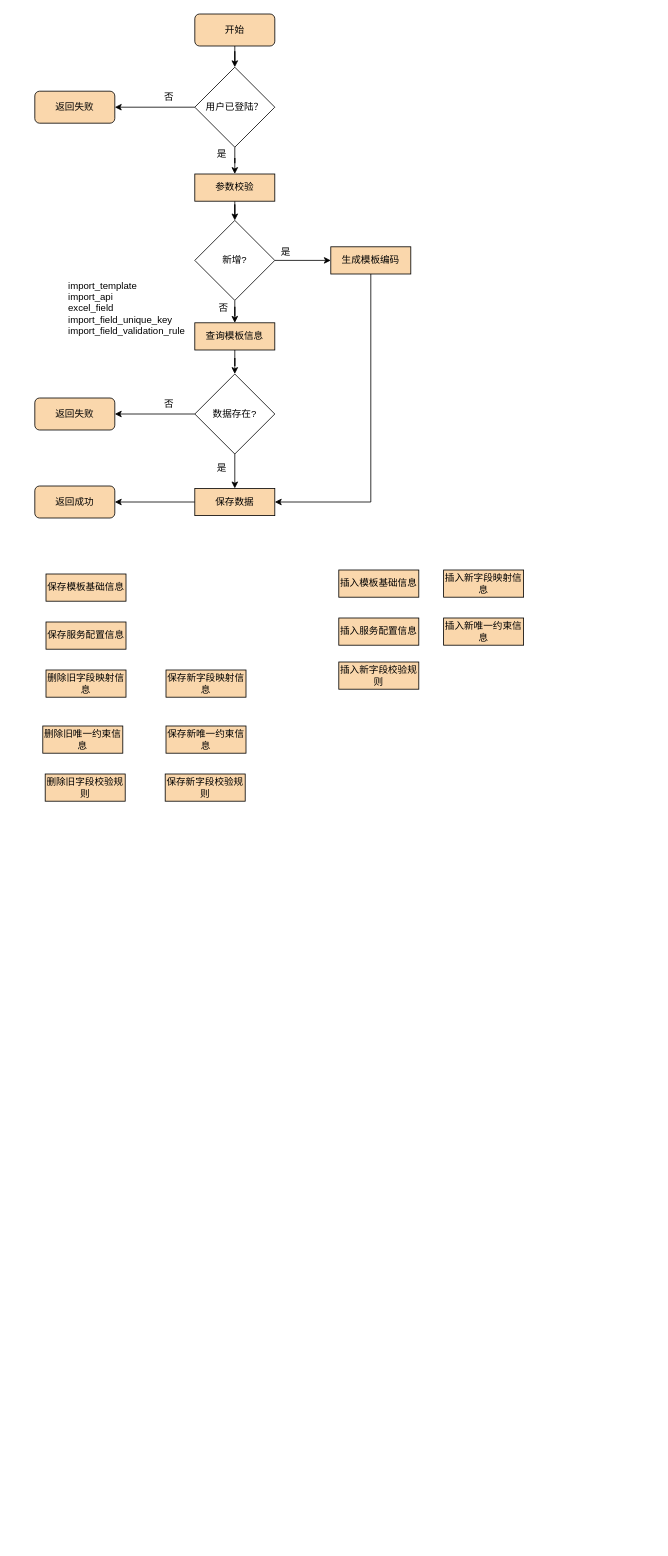
This is page "导入模板配置处理流程" (2 of 3) of 通用导入导出平台.drawio from vvhard/draw_io, a draw.io file, before an edit. Source tidied: cells renumbered, new cells numbered last; positions are measured from the earlier drawing's top-left corner, leaving out a move shared by most shapes. Both pictures are drawn from the tidied source at 80%, with x=0, y=0 at pixel (34, 14).
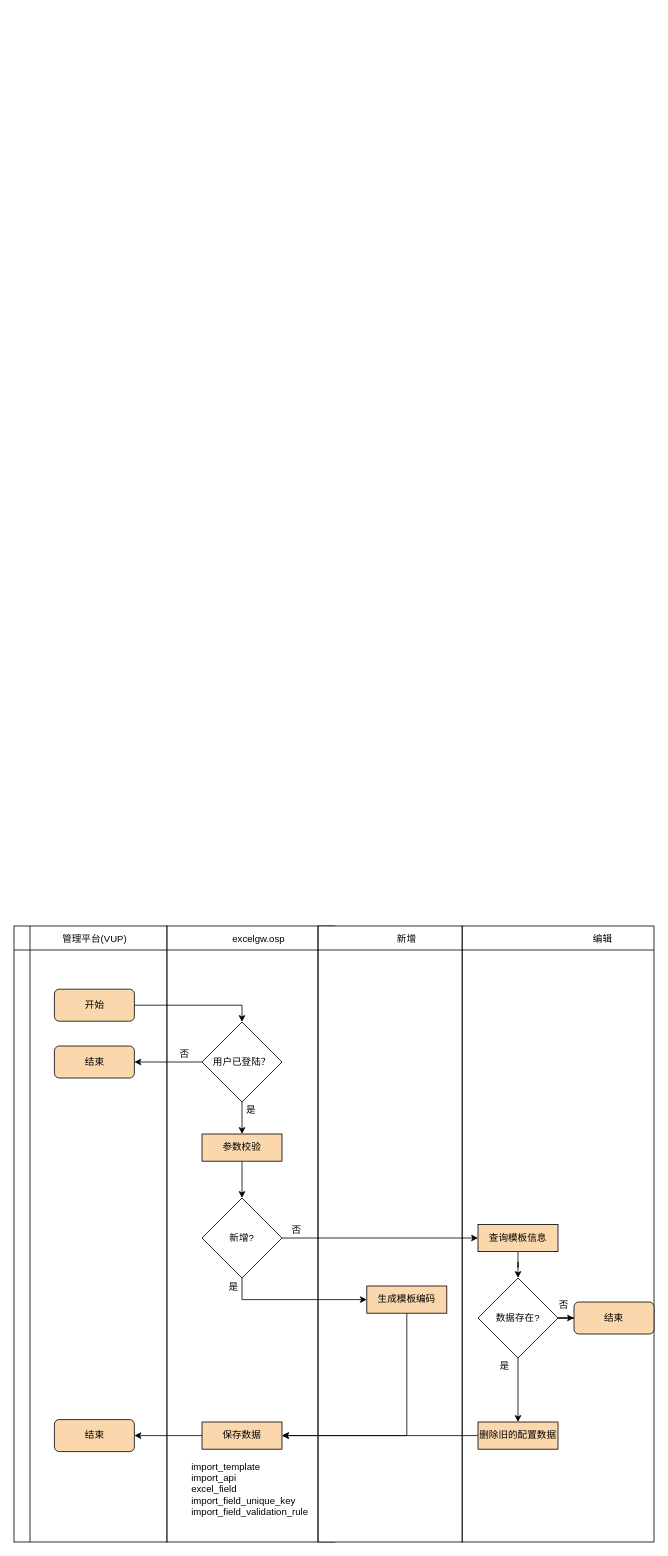
The same diagram, later.

Commit message:
更新通用导入导出平台.drawio

What changed in the source:
```diff
@@
+    <mxCell id="44" style="shape=internalStorage;whiteSpace=wrap;html=1;backgroundOutline=1;dx=0;dy=30;" parent="1" vertex="1">
+      <mxGeometry x="165" y="1140" width="210" height="770" as="geometry" />
+    </mxCell>
+    <mxCell id="45" style="shape=internalStorage;whiteSpace=wrap;html=1;backgroundOutline=1;dx=0;dy=30;" parent="1" vertex="1">
+      <mxGeometry x="534" y="1140" width="240" height="770" as="geometry" />
+    </mxCell>
+    <mxCell id="46" style="shape=internalStorage;whiteSpace=wrap;html=1;backgroundOutline=1;dx=0;dy=30;" parent="1" vertex="1">
+      <mxGeometry x="354" y="1140" width="180" height="770" as="geometry" />
+    </mxCell>
+    <mxCell id="47" style="shape=internalStorage;whiteSpace=wrap;html=1;backgroundOutline=1;dx=20;dy=30;" parent="1" vertex="1">
+      <mxGeometry x="-26" y="1140" width="191" height="770" as="geometry" />
+    </mxCell>
+    <mxCell id="48" style="edgeStyle=orthogonalEdgeStyle;rounded=0;jettySize=auto;html=1;entryX=1;entryY=0.5;entryDx=0;entryDy=0;" parent="1" edge="1" source="4" target="53">
+      <mxGeometry relative="1" as="geometry" />
+    </mxCell>
-    <mxCell id="2" style="edgeStyle=orthogonalEdgeStyle;rounded=0;jettySize=auto;html=1;entryX=0.5;entryY=0;entryDx=0;entryDy=0;" parent="1" edge="1" source="4" target="27">
+    <mxCell id="2" style="edgeStyle=orthogonalEdgeStyle;rounded=0;jettySize=auto;html=1;" parent="1" edge="1" source="4" target="27">
       <mxGeometry relative="1" as="geometry" />
     </mxCell>
-    <mxCell id="3" style="edgeStyle=orthogonalEdgeStyle;rounded=0;jettySize=auto;html=1;entryX=1;entryY=0.5;entryDx=0;entryDy=0;" parent="1" edge="1" source="4" target="18">
-      <mxGeometry relative="1" as="geometry" />
-    </mxCell>
     <mxCell id="4" value="用户已登陆？" style="rhombus;whiteSpace=wrap;html=1;" parent="1" vertex="1">
-      <mxGeometry x="200" y="66.5" width="100" height="100" as="geometry" />
+      <mxGeometry x="209" y="1260" width="100" height="100" as="geometry" />
     </mxCell>
-    <mxCell id="5" style="edgeStyle=orthogonalEdgeStyle;rounded=0;jettySize=auto;html=1;entryX=1;entryY=0.5;entryDx=0;entryDy=0;exitX=0.5;exitY=1;exitDx=0;exitDy=0;" parent="1" edge="1" source="6" target="25">
-      <mxGeometry relative="1" as="geometry">
-        <Array as="points">
-          <mxPoint x="420" y="610" />
-        </Array>
-      </mxGeometry>
-    </mxCell>
     <mxCell id="6" value="生成模板编码" style="rounded=0;whiteSpace=wrap;html=1;fillColor=#fad7ac;strokeColor=default;" parent="1" vertex="1">
-      <mxGeometry x="370" y="291" width="100" height="34" as="geometry" />
+      <mxGeometry x="415" y="1590" width="100" height="34" as="geometry" />
     </mxCell>
-    <mxCell id="7" value="否" style="text;html=1;align=left;verticalAlign=middle;whiteSpace=wrap;rounded=0;" parent="1" vertex="1">
-      <mxGeometry x="160" y="95.5" width="20" height="16" as="geometry" />
-    </mxCell>
+    <mxCell id="11" style="edgeStyle=orthogonalEdgeStyle;rounded=0;jettySize=auto;html=1;entryX=0;entryY=0.5;entryDx=0;entryDy=0;" parent="1" edge="1" source="12" target="14">
+      <mxGeometry relative="1" as="geometry" />
+    </mxCell>
+    <mxCell id="49" style="edgeStyle=orthogonalEdgeStyle;rounded=0;jettySize=auto;html=1;entryX=0;entryY=0.5;entryDx=0;entryDy=0;exitX=0.5;exitY=1;exitDx=0;exitDy=0;" parent="1" edge="1" source="12" target="6">
+      <mxGeometry relative="1" as="geometry" />
+    </mxCell>
+    <mxCell id="12" value="新增?" style="rhombus;whiteSpace=wrap;html=1;" parent="1" vertex="1">
+      <mxGeometry x="209" y="1480" width="100" height="100" as="geometry" />
+    </mxCell>
+    <mxCell id="22" value="import_template&lt;div&gt;import_api&lt;/div&gt;&lt;div&gt;excel_field&lt;/div&gt;&lt;div&gt;import_field_unique_key&lt;br&gt;&lt;/div&gt;&lt;div&gt;import_field_validation_rule&lt;/div&gt;" style="text;html=1;align=left;verticalAlign=middle;whiteSpace=wrap;rounded=0;" parent="1" vertex="1">
+      <mxGeometry x="193.5" y="1802" width="153" height="83" as="geometry" />
+    </mxCell>
+    <mxCell id="50" style="edgeStyle=orthogonalEdgeStyle;rounded=0;jettySize=auto;html=1;entryX=1;entryY=0.5;entryDx=0;entryDy=0;" parent="1" edge="1" source="25" target="61">
+      <mxGeometry relative="1" as="geometry" />
+    </mxCell>
+    <mxCell id="25" value="保存数据" style="rounded=0;whiteSpace=wrap;html=1;fillColor=#fad7ac;strokeColor=default;" parent="1" vertex="1">
+      <mxGeometry x="209" y="1760" width="100" height="34" as="geometry" />
+    </mxCell>
+    <mxCell id="51" value="excelgw.osp" style="text;html=1;align=center;verticalAlign=middle;whiteSpace=wrap;rounded=0;" parent="1" vertex="1">
+      <mxGeometry x="235" y="1146" width="90" height="20" as="geometry" />
+    </mxCell>
+    <mxCell id="52" value="管理平台(VUP)" style="text;html=1;align=center;verticalAlign=middle;whiteSpace=wrap;rounded=0;" parent="1" vertex="1">
+      <mxGeometry x="24.5" y="1146" width="100" height="20" as="geometry" />
+    </mxCell>
@@
     <mxCell id="9" value="开始" style="rounded=1;whiteSpace=wrap;html=1;fillColor=#fad7ac;strokeColor=#000000;" parent="1" vertex="1">
-      <mxGeometry x="200" width="100" height="40" as="geometry" />
+      <mxGeometry x="24.5" y="1219" width="100" height="40" as="geometry" />
     </mxCell>
-    <mxCell id="10" style="edgeStyle=orthogonalEdgeStyle;rounded=0;jettySize=auto;html=1;" parent="1" edge="1" source="12" target="14">
-      <mxGeometry relative="1" as="geometry" />
-    </mxCell>
-    <mxCell id="11" style="edgeStyle=orthogonalEdgeStyle;rounded=0;jettySize=auto;html=1;" parent="1" edge="1" source="12" target="6">
-      <mxGeometry relative="1" as="geometry" />
-    </mxCell>
-    <mxCell id="12" value="新增?" style="rhombus;whiteSpace=wrap;html=1;" parent="1" vertex="1">
-      <mxGeometry x="200" y="258" width="100" height="100" as="geometry" />
-    </mxCell>
+    <mxCell id="53" value="结束" style="rounded=1;whiteSpace=wrap;html=1;fillColor=#fad7ac;strokeColor=#000000;" parent="1" vertex="1">
+      <mxGeometry x="24.5" y="1290" width="100" height="40" as="geometry" />
+    </mxCell>
+    <mxCell id="54" value="编辑" style="text;html=1;align=center;verticalAlign=middle;whiteSpace=wrap;rounded=0;" parent="1" vertex="1">
+      <mxGeometry x="665" y="1146" width="90" height="20" as="geometry" />
+    </mxCell>
+    <mxCell id="55" value="新增" style="text;html=1;align=center;verticalAlign=middle;whiteSpace=wrap;rounded=0;" parent="1" vertex="1">
+      <mxGeometry x="420" y="1146" width="90" height="20" as="geometry" />
+    </mxCell>
@@
     <mxCell id="14" value="查询模板信息" style="rounded=0;whiteSpace=wrap;html=1;fillColor=#fad7ac;strokeColor=default;" parent="1" vertex="1">
-      <mxGeometry x="200" y="386" width="100" height="34" as="geometry" />
+      <mxGeometry x="554" y="1513" width="100" height="34" as="geometry" />
     </mxCell>
-    <mxCell id="15" style="edgeStyle=orthogonalEdgeStyle;rounded=0;jettySize=auto;html=1;entryX=1;entryY=0.5;entryDx=0;entryDy=0;" parent="1" edge="1" source="17" target="21">
-      <mxGeometry relative="1" as="geometry" />
-    </mxCell>
-    <mxCell id="16" style="edgeStyle=orthogonalEdgeStyle;rounded=0;jettySize=auto;html=1;entryX=0.5;entryY=0;entryDx=0;entryDy=0;" parent="1" edge="1" source="17" target="25">
-      <mxGeometry relative="1" as="geometry" />
-    </mxCell>
+    <mxCell id="5" style="edgeStyle=orthogonalEdgeStyle;rounded=0;jettySize=auto;html=1;exitX=0.5;exitY=1;exitDx=0;exitDy=0;entryX=1;entryY=0.5;entryDx=0;entryDy=0;" parent="1" edge="1" source="6" target="25">
+      <mxGeometry relative="1" as="geometry" />
+    </mxCell>
+    <mxCell id="56" style="edgeStyle=orthogonalEdgeStyle;rounded=0;jettySize=auto;html=1;" parent="1" edge="1" source="17" target="58">
+      <mxGeometry relative="1" as="geometry" />
+    </mxCell>
+    <mxCell id="57" style="edgeStyle=orthogonalEdgeStyle;rounded=0;jettySize=auto;html=1;entryX=0.5;entryY=0;entryDx=0;entryDy=0;" parent="1" edge="1" source="17" target="60">
+      <mxGeometry relative="1" as="geometry" />
+    </mxCell>
     <mxCell id="17" value="数据存在?" style="rhombus;whiteSpace=wrap;html=1;" parent="1" vertex="1">
-      <mxGeometry x="200" y="450" width="100" height="100" as="geometry" />
+      <mxGeometry x="554" y="1580" width="100" height="100" as="geometry" />
     </mxCell>
-    <mxCell id="18" value="返回失败" style="rounded=1;whiteSpace=wrap;html=1;fillColor=#fad7ac;strokeColor=#000000;" parent="1" vertex="1">
-      <mxGeometry y="96.5" width="100" height="40" as="geometry" />
-    </mxCell>
-    <mxCell id="19" value="是" style="text;html=1;align=left;verticalAlign=middle;whiteSpace=wrap;rounded=0;" parent="1" vertex="1">
-      <mxGeometry x="226" y="166.5" width="20" height="16" as="geometry" />
-    </mxCell>
-    <mxCell id="20" value="是" style="text;html=1;align=left;verticalAlign=middle;whiteSpace=wrap;rounded=0;" parent="1" vertex="1">
-      <mxGeometry x="306" y="290" width="18" height="16" as="geometry" />
-    </mxCell>
-    <mxCell id="21" value="返回失败" style="rounded=1;whiteSpace=wrap;html=1;fillColor=#fad7ac;strokeColor=#000000;" parent="1" vertex="1">
-      <mxGeometry y="480" width="100" height="40" as="geometry" />
-    </mxCell>
-    <mxCell id="22" value="import_template&lt;div&gt;import_api&lt;/div&gt;&lt;div&gt;excel_field&lt;/div&gt;&lt;div&gt;import_field_unique_key&lt;br&gt;&lt;/div&gt;&lt;div&gt;import_field_validation_rule&lt;/div&gt;" style="text;html=1;align=left;verticalAlign=middle;whiteSpace=wrap;rounded=0;" parent="1" vertex="1">
-      <mxGeometry x="40" y="323" width="153" height="90" as="geometry" />
-    </mxCell>
-    <mxCell id="23" value="否" style="text;html=1;align=left;verticalAlign=middle;whiteSpace=wrap;rounded=0;" parent="1" vertex="1">
-      <mxGeometry x="160" y="480" width="20" height="16" as="geometry" />
-    </mxCell>
-    <mxCell id="24" style="edgeStyle=orthogonalEdgeStyle;rounded=0;jettySize=auto;html=1;entryX=1;entryY=0.5;entryDx=0;entryDy=0;" parent="1" edge="1" source="25" target="36">
-      <mxGeometry relative="1" as="geometry" />
-    </mxCell>
-    <mxCell id="25" value="保存数据" style="rounded=0;whiteSpace=wrap;html=1;fillColor=#fad7ac;strokeColor=default;" parent="1" vertex="1">
-      <mxGeometry x="200" y="593" width="100" height="34" as="geometry" />
-    </mxCell>
+    <mxCell id="58" value="结束" style="rounded=1;whiteSpace=wrap;html=1;fillColor=#fad7ac;strokeColor=#000000;" parent="1" vertex="1">
+      <mxGeometry x="674" y="1610" width="100" height="40" as="geometry" />
+    </mxCell>
-    <mxCell id="26" style="edgeStyle=orthogonalEdgeStyle;rounded=0;jettySize=auto;html=1;entryX=0.5;entryY=0;entryDx=0;entryDy=0;" parent="1" edge="1" source="27" target="12">
+    <mxCell id="26" style="edgeStyle=orthogonalEdgeStyle;rounded=0;jettySize=auto;html=1;" parent="1" edge="1" source="27" target="12">
       <mxGeometry relative="1" as="geometry" />
     </mxCell>
     <mxCell id="27" value="参数校验" style="rounded=0;whiteSpace=wrap;html=1;fillColor=#fad7ac;strokeColor=default;" parent="1" vertex="1">
-      <mxGeometry x="200" y="200" width="100" height="34" as="geometry" />
+      <mxGeometry x="209" y="1400" width="100" height="34" as="geometry" />
     </mxCell>
-    <mxCell id="28" value="保存模板基础信息" style="rounded=0;whiteSpace=wrap;html=1;fillColor=#fad7ac;strokeColor=default;" parent="1" vertex="1">
-      <mxGeometry x="14" y="700" width="100" height="34" as="geometry" />
-    </mxCell>
-    <mxCell id="29" value="保存新字段映射信息" style="rounded=0;whiteSpace=wrap;html=1;fillColor=#fad7ac;strokeColor=default;" parent="1" vertex="1">
-      <mxGeometry x="164" y="820" width="100" height="34" as="geometry" />
-    </mxCell>
-    <mxCell id="30" value="保存服务配置信息" style="rounded=0;whiteSpace=wrap;html=1;fillColor=#fad7ac;strokeColor=default;" parent="1" vertex="1">
-      <mxGeometry x="14" y="760" width="100" height="34" as="geometry" />
-    </mxCell>
-    <mxCell id="31" value="删除旧字段映射信息" style="rounded=0;whiteSpace=wrap;html=1;fillColor=#fad7ac;strokeColor=default;" parent="1" vertex="1">
-      <mxGeometry x="14" y="820" width="100" height="34" as="geometry" />
-    </mxCell>
-    <mxCell id="32" value="保存新字段校验规则" style="rounded=0;whiteSpace=wrap;html=1;fillColor=#fad7ac;strokeColor=default;" parent="1" vertex="1">
-      <mxGeometry x="163" y="950" width="100" height="34" as="geometry" />
-    </mxCell>
-    <mxCell id="33" value="删除旧唯一约束信息" style="rounded=0;whiteSpace=wrap;html=1;fillColor=#fad7ac;strokeColor=default;" parent="1" vertex="1">
-      <mxGeometry x="10" y="890" width="100" height="34" as="geometry" />
-    </mxCell>
-    <mxCell id="34" value="删除旧字段校验规则" style="rounded=0;whiteSpace=wrap;html=1;fillColor=#fad7ac;strokeColor=default;" parent="1" vertex="1">
-      <mxGeometry x="13" y="950" width="100" height="34" as="geometry" />
-    </mxCell>
-    <mxCell id="35" value="保存新唯一约束信息" style="rounded=0;whiteSpace=wrap;html=1;fillColor=#fad7ac;strokeColor=default;" parent="1" vertex="1">
-      <mxGeometry x="164" y="890" width="100" height="34" as="geometry" />
-    </mxCell>
-    <mxCell id="36" value="返回成功" style="rounded=1;whiteSpace=wrap;html=1;fillColor=#fad7ac;strokeColor=#000000;" parent="1" vertex="1">
-      <mxGeometry y="590" width="100" height="40" as="geometry" />
-    </mxCell>
-    <mxCell id="37" value="是" style="text;html=1;align=left;verticalAlign=middle;whiteSpace=wrap;rounded=0;" parent="1" vertex="1">
-      <mxGeometry x="226" y="560" width="20" height="16" as="geometry" />
-    </mxCell>
-    <mxCell id="38" value="否" style="text;html=1;align=left;verticalAlign=middle;whiteSpace=wrap;rounded=0;" parent="1" vertex="1">
-      <mxGeometry x="228" y="360" width="18" height="16" as="geometry" />
-    </mxCell>
-    <mxCell id="39" value="插入模板基础信息" style="rounded=0;whiteSpace=wrap;html=1;fillColor=#fad7ac;strokeColor=default;" parent="1" vertex="1">
-      <mxGeometry x="380" y="695" width="100" height="34" as="geometry" />
-    </mxCell>
-    <mxCell id="40" value="插入新字段映射信息" style="rounded=0;whiteSpace=wrap;html=1;fillColor=#fad7ac;strokeColor=default;" parent="1" vertex="1">
-      <mxGeometry x="511" y="695" width="100" height="34" as="geometry" />
-    </mxCell>
-    <mxCell id="41" value="插入服务配置信息" style="rounded=0;whiteSpace=wrap;html=1;fillColor=#fad7ac;strokeColor=default;" parent="1" vertex="1">
-      <mxGeometry x="380" y="755" width="100" height="34" as="geometry" />
-    </mxCell>
-    <mxCell id="42" value="插入新字段校验规则" style="rounded=0;whiteSpace=wrap;html=1;fillColor=#fad7ac;strokeColor=default;" parent="1" vertex="1">
-      <mxGeometry x="380" y="810" width="100" height="34" as="geometry" />
-    </mxCell>
-    <mxCell id="43" value="插入新唯一约束信息" style="rounded=0;whiteSpace=wrap;html=1;fillColor=#fad7ac;strokeColor=default;" parent="1" vertex="1">
-      <mxGeometry x="511" y="755" width="100" height="34" as="geometry" />
-    </mxCell>
+    <mxCell id="59" style="edgeStyle=orthogonalEdgeStyle;rounded=0;jettySize=auto;html=1;entryX=1;entryY=0.5;entryDx=0;entryDy=0;" parent="1" edge="1" source="60" target="25">
+      <mxGeometry relative="1" as="geometry" />
+    </mxCell>
+    <mxCell id="60" value="删除旧的配置数据" style="rounded=0;whiteSpace=wrap;html=1;fillColor=#fad7ac;strokeColor=default;" parent="1" vertex="1">
+      <mxGeometry x="554" y="1760" width="100" height="34" as="geometry" />
+    </mxCell>
+    <mxCell id="61" value="结束" style="rounded=1;whiteSpace=wrap;html=1;fillColor=#fad7ac;strokeColor=#000000;" parent="1" vertex="1">
+      <mxGeometry x="24.5" y="1757" width="100" height="40" as="geometry" />
+    </mxCell>
+    <mxCell id="62" value="是" style="text;html=1;align=center;verticalAlign=middle;whiteSpace=wrap;rounded=0;" parent="1" vertex="1">
+      <mxGeometry x="262.5" y="1360" width="15" height="20" as="geometry" />
+    </mxCell>
+    <mxCell id="63" value="否" style="text;html=1;align=center;verticalAlign=middle;whiteSpace=wrap;rounded=0;" parent="1" vertex="1">
+      <mxGeometry x="320" y="1510" width="15" height="20" as="geometry" />
+    </mxCell>
+    <mxCell id="64" value="否" style="text;html=1;align=center;verticalAlign=middle;whiteSpace=wrap;rounded=0;" parent="1" vertex="1">
+      <mxGeometry x="180" y="1290" width="15" height="20" as="geometry" />
+    </mxCell>
+    <mxCell id="65" value="是" style="text;html=1;align=center;verticalAlign=middle;whiteSpace=wrap;rounded=0;" parent="1" vertex="1">
+      <mxGeometry x="241" y="1582" width="15" height="20" as="geometry" />
+    </mxCell>
+    <mxCell id="66" value="是" style="text;html=1;align=center;verticalAlign=middle;whiteSpace=wrap;rounded=0;" parent="1" vertex="1">
+      <mxGeometry x="580" y="1680" width="15" height="20" as="geometry" />
+    </mxCell>
+    <mxCell id="67" value="否" style="text;html=1;align=center;verticalAlign=middle;whiteSpace=wrap;rounded=0;" parent="1" vertex="1">
+      <mxGeometry x="654" y="1604" width="15" height="20" as="geometry" />
+    </mxCell>
```
